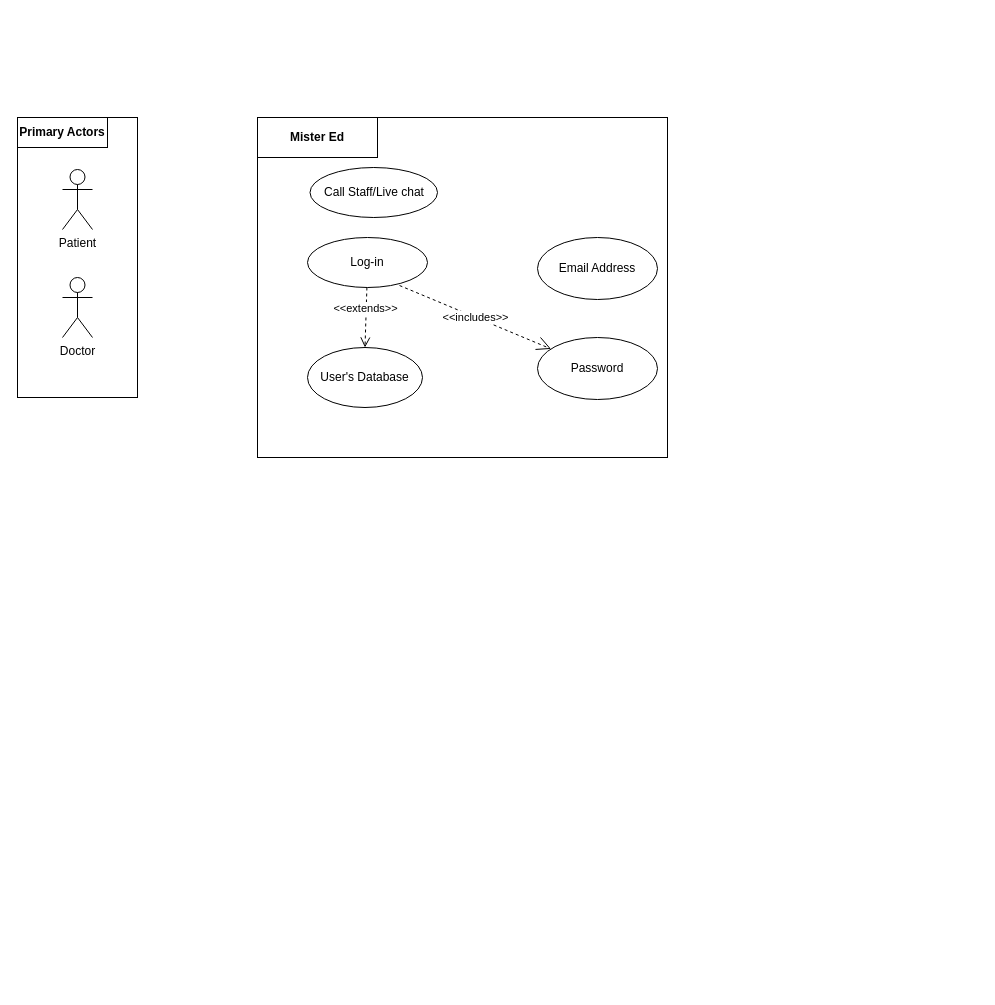
Earlier version of the draw.io diagram UC_03.drawio (SENG-350-2024-fall/Team-6). Source tidied: cells renumbered, new cells numbered last; positions are measured from the earlier drawing's top-left corner, leaving out a move shared by most shapes. Both pictures are drawn from the tidied source at 100%, with x=0, y=0 at pixel (17, 117).
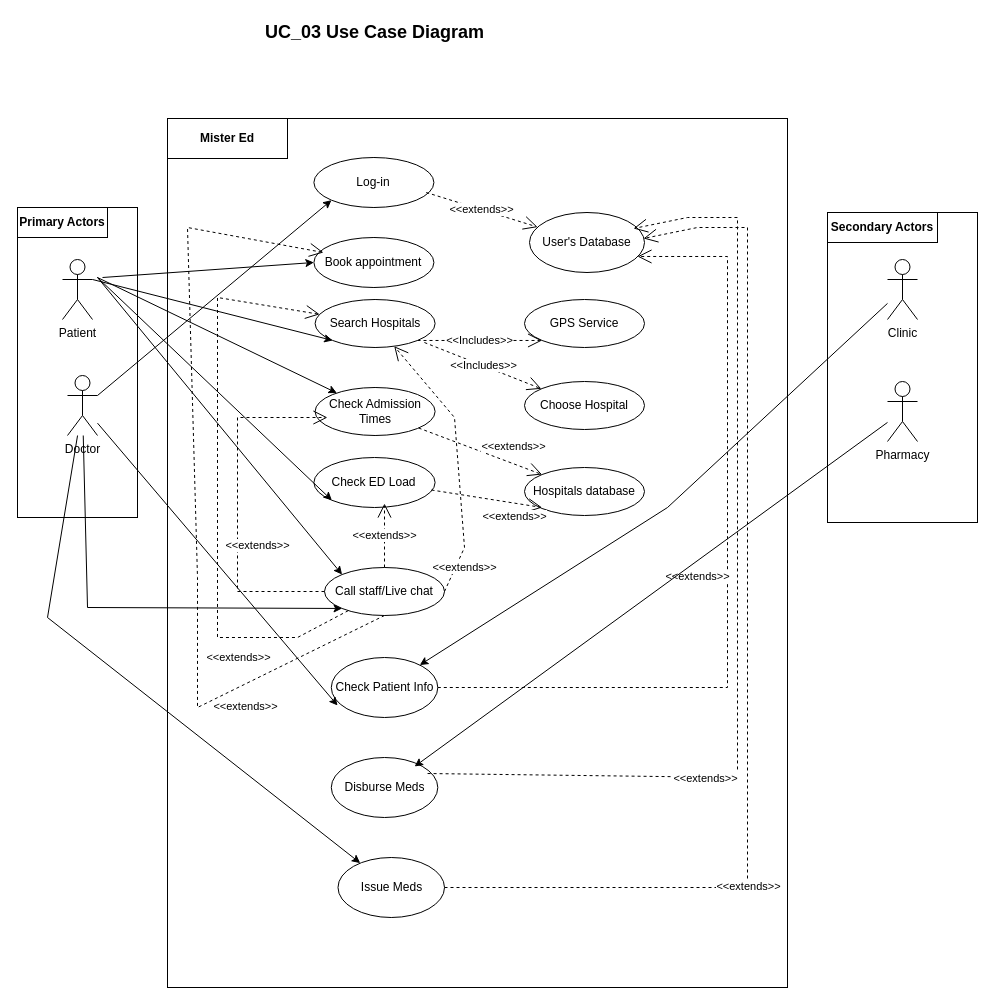
Above is the later version.

What changed in the source:
```diff
@@
     <mxCell id="2" style="rounded=0;whiteSpace=wrap;html=1;" parent="1" vertex="1">
-      <mxGeometry width="120" height="280" as="geometry" />
+      <mxGeometry y="90" width="120" height="310" as="geometry" />
     </mxCell>
     <mxCell id="3" value="Patient" style="shape=umlActor;verticalLabelPosition=bottom;verticalAlign=top;html=1;outlineConnect=0;" parent="1" vertex="1">
-      <mxGeometry x="45" y="52" width="30" height="60" as="geometry" />
+      <mxGeometry x="45" y="142" width="30" height="60" as="geometry" />
     </mxCell>
     <mxCell id="4" value="&lt;b&gt;Primary Actors&lt;/b&gt;" style="rounded=0;whiteSpace=wrap;html=1;" parent="1" vertex="1">
-      <mxGeometry width="90" height="30" as="geometry" />
+      <mxGeometry y="90" width="90" height="30" as="geometry" />
     </mxCell>
-    <mxCell id="5" value="Doctor" style="shape=umlActor;verticalLabelPosition=bottom;verticalAlign=top;html=1;outlineConnect=0;" parent="1" vertex="1">
-      <mxGeometry x="45" y="160" width="30" height="60" as="geometry" />
-    </mxCell>
     <mxCell id="6" style="rounded=0;whiteSpace=wrap;html=1;" parent="1" vertex="1">
-      <mxGeometry x="240" width="410" height="340" as="geometry" />
+      <mxGeometry x="150" y="1" width="620" height="869" as="geometry" />
     </mxCell>
     <mxCell id="7" value="&lt;b&gt; Mister Ed&lt;/b&gt;" style="rounded=0;whiteSpace=wrap;html=1;" parent="1" vertex="1">
-      <mxGeometry x="240" width="120" height="40" as="geometry" />
+      <mxGeometry x="150" y="1" width="120" height="40" as="geometry" />
     </mxCell>
+    <mxCell id="14" value="Check ED Load" style="ellipse;whiteSpace=wrap;html=1;" parent="1" vertex="1">
+      <mxGeometry x="296.4" y="340" width="121.2" height="50" as="geometry" />
+    </mxCell>
+    <mxCell id="15" value="Check Admission Times" style="ellipse;whiteSpace=wrap;html=1;" parent="1" vertex="1">
+      <mxGeometry x="297.6" y="270" width="120" height="48" as="geometry" />
+    </mxCell>
+    <mxCell id="16" value="Hospitals database" style="ellipse;whiteSpace=wrap;html=1;" parent="1" vertex="1">
+      <mxGeometry x="507" y="350" width="120" height="48" as="geometry" />
+    </mxCell>
+    <mxCell id="17" value="Search Hospitals" style="ellipse;whiteSpace=wrap;html=1;" parent="1" vertex="1">
+      <mxGeometry x="297.6" y="182" width="120" height="48" as="geometry" />
+    </mxCell>
+    <mxCell id="18" style="endArrow=classic;html=1;rounded=0;" parent="1" edge="1" target="15">
+      <mxGeometry relative="1" as="geometry">
+        <mxPoint x="80" y="160" as="sourcePoint" />
+      </mxGeometry>
+    </mxCell>
+    <mxCell id="19" style="endArrow=classic;html=1;rounded=0;entryX=0;entryY=1;entryDx=0;entryDy=0;" parent="1" edge="1" target="14">
+      <mxGeometry relative="1" as="geometry">
+        <mxPoint x="80" y="160" as="sourcePoint" />
+      </mxGeometry>
+    </mxCell>
+    <mxCell id="20" value="Call staff/Live chat" style="ellipse;whiteSpace=wrap;html=1;" parent="1" vertex="1">
+      <mxGeometry x="307" y="450" width="120" height="48" as="geometry" />
+    </mxCell>
+    <mxCell id="21" style="endArrow=classic;html=1;rounded=0;entryX=0;entryY=1;entryDx=0;entryDy=0;exitX=1;exitY=0.3333333333333333;exitDx=0;exitDy=0;exitPerimeter=0;" parent="1" edge="1" source="3" target="17">
+      <mxGeometry relative="1" as="geometry" />
+    </mxCell>
+    <mxCell id="22" style="endArrow=classic;html=1;rounded=0;entryX=0;entryY=0;entryDx=0;entryDy=0;" parent="1" edge="1" target="20">
+      <mxGeometry relative="1" as="geometry">
+        <mxPoint x="80" y="160" as="sourcePoint" />
+      </mxGeometry>
+    </mxCell>
+    <mxCell id="23" value="GPS Service" style="ellipse;whiteSpace=wrap;html=1;" parent="1" vertex="1">
+      <mxGeometry x="507" y="182" width="120" height="48" as="geometry" />
+    </mxCell>
+    <mxCell id="24" value="&amp;lt;&amp;lt;Includes&amp;gt;&amp;gt;" style="endArrow=open;endSize=12;dashed=1;html=1;rounded=0;exitX=1;exitY=1;exitDx=0;exitDy=0;entryX=0;entryY=1;entryDx=0;entryDy=0;" parent="1" edge="1" source="17" target="23">
+      <mxGeometry relative="1" as="geometry" />
+    </mxCell>
+    <mxCell id="25" value="Choose Hospital" style="ellipse;whiteSpace=wrap;html=1;" parent="1" vertex="1">
+      <mxGeometry x="507" y="264" width="120" height="48" as="geometry" />
+    </mxCell>
+    <mxCell id="26" value="&amp;lt;&amp;lt;Includes&amp;gt;&amp;gt;" style="endArrow=open;endSize=12;dashed=1;html=1;rounded=0;exitX=0.911;exitY=0.896;exitDx=0;exitDy=0;exitPerimeter=0;" parent="1" edge="1" source="17" target="25">
+      <mxGeometry relative="1" as="geometry" />
+    </mxCell>
+    <mxCell id="27" value="&amp;lt;&amp;lt;extends&amp;gt;&amp;gt;" style="endArrow=open;endSize=12;dashed=1;html=1;rounded=0;entryX=0;entryY=0;entryDx=0;entryDy=0;" parent="1" edge="1" source="15" target="16">
+      <mxGeometry x="0.46" y="16" relative="1" as="geometry">
+        <mxPoint x="-1" as="offset" />
+      </mxGeometry>
+    </mxCell>
+    <mxCell id="28" value="&amp;lt;&amp;lt;extends&amp;gt;&amp;gt;" style="endArrow=open;endSize=12;dashed=1;html=1;rounded=0;entryX=0;entryY=1;entryDx=0;entryDy=0;" parent="1" edge="1">
+      <mxGeometry x="0.54" y="-13" relative="1" as="geometry">
+        <mxPoint x="414" y="372.5" as="sourcePoint" />
+        <mxPoint x="524.6" y="390" as="targetPoint" />
+      </mxGeometry>
+    </mxCell>
+    <mxCell id="29" value="&amp;lt;&amp;lt;extends&amp;gt;&amp;gt;" style="endArrow=open;endSize=12;dashed=1;html=1;rounded=0;" parent="1" edge="1" source="20">
+      <mxGeometry relative="1" as="geometry">
+        <mxPoint x="367" y="386" as="targetPoint" />
+      </mxGeometry>
+    </mxCell>
+    <mxCell id="30" value="&amp;lt;&amp;lt;extends&amp;gt;&amp;gt;" style="endArrow=open;endSize=12;dashed=1;html=1;rounded=0;entryX=0.103;entryY=0.625;entryDx=0;entryDy=0;exitX=0;exitY=0.5;exitDx=0;exitDy=0;entryPerimeter=0;" parent="1" edge="1" source="20" target="15">
+      <mxGeometry x="-0.24" y="-20" relative="1" as="geometry">
+        <Array as="points">
+          <mxPoint x="220" y="474" />
+          <mxPoint x="220" y="300" />
+        </Array>
+      </mxGeometry>
+    </mxCell>
+    <mxCell id="31" value="&amp;lt;&amp;lt;extends&amp;gt;&amp;gt;" style="endArrow=open;endSize=12;dashed=1;html=1;rounded=0;exitX=1;exitY=0.5;exitDx=0;exitDy=0;" parent="1" edge="1" source="20" target="17">
+      <mxGeometry x="-0.78" y="-8" relative="1" as="geometry">
+        <Array as="points">
+          <mxPoint x="447" y="430" />
+          <mxPoint x="437" y="300" />
+        </Array>
+      </mxGeometry>
+    </mxCell>
+    <mxCell id="32" value="&lt;b&gt;&lt;font style=&quot;font-size: 18px;&quot;&gt;UC_03 Use Case Diagram&lt;/font&gt;&lt;/b&gt;" style="text;html=1;align=center;verticalAlign=middle;whiteSpace=wrap;rounded=0;" parent="1" vertex="1">
+      <mxGeometry x="220" y="-100" width="275" height="30" as="geometry" />
+    </mxCell>
     <mxCell id="8" value="Log-in" style="ellipse;whiteSpace=wrap;html=1;" parent="1" vertex="1">
-      <mxGeometry x="290" y="120" width="120" height="50" as="geometry" />
+      <mxGeometry x="296.4" y="40" width="120" height="50" as="geometry" />
     </mxCell>
     <mxCell id="9" value="User's Database" style="ellipse;whiteSpace=wrap;html=1;" parent="1" vertex="1">
-      <mxGeometry x="290" y="230" width="115" height="60" as="geometry" />
+      <mxGeometry x="512" y="95" width="115" height="60" as="geometry" />
     </mxCell>
-    <mxCell id="10" value="&amp;lt;&amp;lt;extends&amp;gt;&amp;gt;" style="html=1;verticalAlign=bottom;endArrow=open;dashed=1;endSize=8;curved=0;rounded=0;entryX=0.5;entryY=0;entryDx=0;entryDy=0;" parent="1" edge="1" source="8" target="9">
+    <mxCell id="10" value="&amp;lt;&amp;lt;extends&amp;gt;&amp;gt;" style="endArrow=open;endSize=12;dashed=1;html=1;rounded=0;exitX=0.936;exitY=0.7;exitDx=0;exitDy=0;exitPerimeter=0;" parent="1" edge="1" source="8" target="9">
       <mxGeometry relative="1" as="geometry" />
     </mxCell>
-    <mxCell id="11" value="Email Address" style="ellipse;whiteSpace=wrap;html=1;" parent="1" vertex="1">
-      <mxGeometry x="520" y="120" width="120" height="62" as="geometry" />
-    </mxCell>
-    <mxCell id="12" value="Password" style="ellipse;whiteSpace=wrap;html=1;" parent="1" vertex="1">
-      <mxGeometry x="520" y="220" width="120" height="62" as="geometry" />
-    </mxCell>
-    <mxCell id="13" value="&amp;lt;&amp;lt;includes&amp;gt;&amp;gt;" style="endArrow=open;endSize=12;dashed=1;html=1;rounded=0;exitX=0.767;exitY=0.96;exitDx=0;exitDy=0;exitPerimeter=0;" parent="1" edge="1" source="8" target="12">
-      <mxGeometry relative="1" as="geometry" />
-    </mxCell>
-    <mxCell id="14" value="Call Staff/Live chat" style="ellipse;whiteSpace=wrap;html=1;" parent="1" vertex="1">
-      <mxGeometry x="292.5" y="50" width="127.5" height="50" as="geometry" />
-    </mxCell>
+    <mxCell id="33" value="Book appointment" style="ellipse;whiteSpace=wrap;html=1;" parent="1" vertex="1">
+      <mxGeometry x="296.4" y="120" width="120" height="50" as="geometry" />
+    </mxCell>
+    <mxCell id="5" value="Doctor" style="shape=umlActor;verticalLabelPosition=bottom;verticalAlign=top;html=1;outlineConnect=0;" parent="1" vertex="1">
+      <mxGeometry x="50" y="258" width="30" height="60" as="geometry" />
+    </mxCell>
+    <mxCell id="34" style="endArrow=classic;html=1;rounded=0;entryX=0;entryY=1;entryDx=0;entryDy=0;exitX=1;exitY=0.3333333333333333;exitDx=0;exitDy=0;exitPerimeter=0;" parent="1" edge="1" source="5" target="8">
+      <mxGeometry relative="1" as="geometry" />
+    </mxCell>
+    <mxCell id="35" style="endArrow=classic;html=1;rounded=0;entryX=0;entryY=1;entryDx=0;entryDy=0;" parent="1" edge="1" source="5" target="20">
+      <mxGeometry relative="1" as="geometry">
+        <Array as="points">
+          <mxPoint x="70" y="490" />
+        </Array>
+      </mxGeometry>
+    </mxCell>
+    <mxCell id="36" style="endArrow=classic;html=1;rounded=0;entryX=0;entryY=0.5;entryDx=0;entryDy=0;" parent="1" edge="1" target="33">
+      <mxGeometry relative="1" as="geometry">
+        <mxPoint x="85" y="160" as="sourcePoint" />
+      </mxGeometry>
+    </mxCell>
+    <mxCell id="37" style="rounded=0;whiteSpace=wrap;html=1;" parent="1" vertex="1">
+      <mxGeometry x="810" y="95" width="150" height="310" as="geometry" />
+    </mxCell>
+    <mxCell id="38" value="&lt;b&gt;Secondary Actors&lt;/b&gt;" style="rounded=0;whiteSpace=wrap;html=1;" parent="1" vertex="1">
+      <mxGeometry x="810" y="95" width="110" height="30" as="geometry" />
+    </mxCell>
+    <mxCell id="39" value="Clinic" style="shape=umlActor;verticalLabelPosition=bottom;verticalAlign=top;html=1;outlineConnect=0;" parent="1" vertex="1">
+      <mxGeometry x="870" y="142" width="30" height="60" as="geometry" />
+    </mxCell>
+    <mxCell id="40" value="Pharmacy" style="shape=umlActor;verticalLabelPosition=bottom;verticalAlign=top;html=1;outlineConnect=0;" parent="1" vertex="1">
+      <mxGeometry x="870" y="264" width="30" height="60" as="geometry" />
+    </mxCell>
+    <mxCell id="41" value="Check Patient Info" style="ellipse;whiteSpace=wrap;html=1;" parent="1" vertex="1">
+      <mxGeometry x="313.8" y="540" width="106.5" height="60" as="geometry" />
+    </mxCell>
+    <mxCell id="42" value="Disburse Meds" style="ellipse;whiteSpace=wrap;html=1;" parent="1" vertex="1">
+      <mxGeometry x="313.8" y="640" width="106.5" height="60" as="geometry" />
+    </mxCell>
+    <mxCell id="43" style="endArrow=classic;html=1;rounded=0;entryX=0.059;entryY=0.8;entryDx=0;entryDy=0;entryPerimeter=0;" parent="1" edge="1" source="5" target="41">
+      <mxGeometry relative="1" as="geometry" />
+    </mxCell>
+    <mxCell id="44" value="&amp;lt;&amp;lt;extends&amp;gt;&amp;gt;" style="endArrow=open;endSize=12;dashed=1;html=1;rounded=0;exitX=1;exitY=0.5;exitDx=0;exitDy=0;entryX=0.939;entryY=0.733;entryDx=0;entryDy=0;entryPerimeter=0;" parent="1" edge="1" source="41" target="9">
+      <mxGeometry x="-0.01" y="30" relative="1" as="geometry">
+        <Array as="points">
+          <mxPoint x="710" y="570" />
+          <mxPoint x="710" y="139" />
+        </Array>
+      </mxGeometry>
+    </mxCell>
+    <mxCell id="45" value="&amp;lt;&amp;lt;extends&amp;gt;&amp;gt;" style="endArrow=open;endSize=12;dashed=1;html=1;rounded=0;exitX=0.904;exitY=0.267;exitDx=0;exitDy=0;entryX=0.904;entryY=0.267;entryDx=0;entryDy=0;entryPerimeter=0;exitPerimeter=0;" parent="1" edge="1" source="42" target="9">
+      <mxGeometry x="-0.43" y="-1" relative="1" as="geometry">
+        <Array as="points">
+          <mxPoint x="720" y="660" />
+          <mxPoint x="720" y="149" />
+          <mxPoint x="720" y="100" />
+          <mxPoint x="670" y="100" />
+        </Array>
+      </mxGeometry>
+    </mxCell>
+    <mxCell id="46" style="endArrow=classic;html=1;rounded=0;entryX=0.782;entryY=0.15;entryDx=0;entryDy=0;entryPerimeter=0;" parent="1" edge="1" source="40" target="42">
+      <mxGeometry relative="1" as="geometry" />
+    </mxCell>
+    <mxCell id="47" style="endArrow=classic;html=1;rounded=0;" parent="1" edge="1" source="39" target="41">
+      <mxGeometry relative="1" as="geometry">
+        <Array as="points">
+          <mxPoint x="650" y="390" />
+        </Array>
+      </mxGeometry>
+    </mxCell>
+    <mxCell id="48" value="&amp;lt;&amp;lt;extends&amp;gt;&amp;gt;" style="endArrow=open;endSize=12;dashed=1;html=1;rounded=0;" parent="1" edge="1" source="20" target="17">
+      <mxGeometry x="-0.6" y="20" relative="1" as="geometry">
+        <Array as="points">
+          <mxPoint x="280" y="520" />
+          <mxPoint x="200" y="520" />
+          <mxPoint x="200" y="180" />
+        </Array>
+      </mxGeometry>
+    </mxCell>
+    <mxCell id="49" value="&amp;lt;&amp;lt;extends&amp;gt;&amp;gt;" style="endArrow=open;endSize=12;dashed=1;html=1;rounded=0;exitX=0.5;exitY=1;exitDx=0;exitDy=0;" parent="1" edge="1" source="20">
+      <mxGeometry x="-0.6" y="20" relative="1" as="geometry">
+        <mxPoint x="306" y="135" as="targetPoint" />
+        <Array as="points">
+          <mxPoint x="180" y="590" />
+          <mxPoint x="180" y="460" />
+          <mxPoint x="170" y="110" />
+        </Array>
+      </mxGeometry>
+    </mxCell>
+    <mxCell id="50" value="Issue Meds" style="ellipse;whiteSpace=wrap;html=1;" parent="1" vertex="1">
+      <mxGeometry x="320.5" y="740" width="106.5" height="60" as="geometry" />
+    </mxCell>
+    <mxCell id="51" style="endArrow=classic;html=1;rounded=0;" parent="1" edge="1" source="5" target="50">
+      <mxGeometry relative="1" as="geometry">
+        <Array as="points">
+          <mxPoint x="30" y="500" />
+        </Array>
+      </mxGeometry>
+    </mxCell>
+    <mxCell id="52" value="&amp;lt;&amp;lt;extends&amp;gt;&amp;gt;" style="endArrow=open;endSize=12;dashed=1;html=1;rounded=0;entryX=0.904;entryY=0.267;entryDx=0;entryDy=0;entryPerimeter=0;" parent="1" edge="1" source="50">
+      <mxGeometry x="-0.43" y="-1" relative="1" as="geometry">
+        <mxPoint x="626" y="121" as="targetPoint" />
+        <Array as="points">
+          <mxPoint x="730" y="770" />
+          <mxPoint x="730" y="159" />
+          <mxPoint x="730" y="110" />
+          <mxPoint x="680" y="110" />
+        </Array>
+      </mxGeometry>
+    </mxCell>
```
